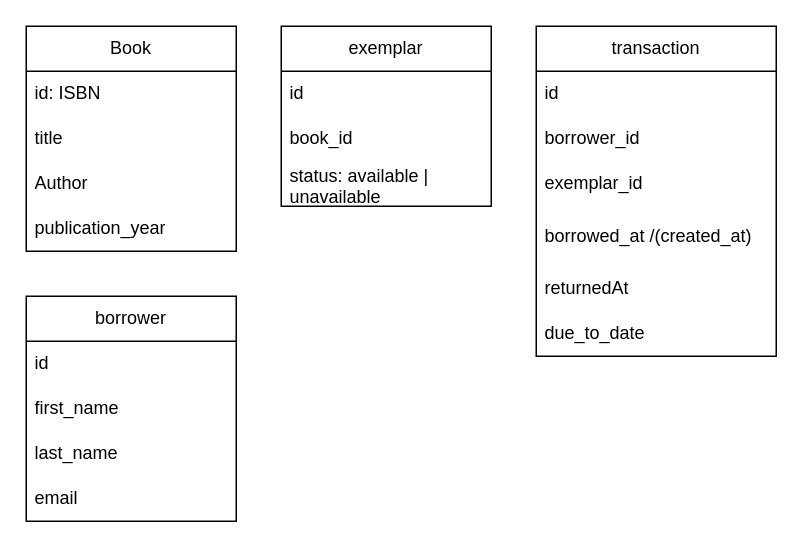
suprugafad/library-management-system keeps this draw.io diagram as models.drawio. Above is the earlier version. Source tidied: cells renumbered, new cells numbered last; positions are measured from the earlier drawing's top-left corner, leaving out a move shared by most shapes. Both pictures are drawn from the tidied source at 150%, with x=0, y=0 at pixel (26, 26).
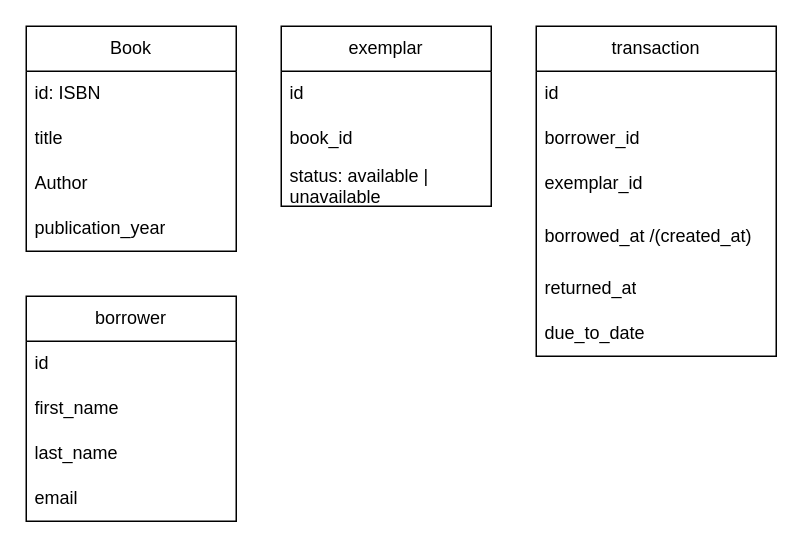
The same diagram, later.

The change refers to these unchanged cells:
```xml
<mxCell id="16" value="transaction" style="swimlane;fontStyle=0;horizontal=1;startSize=30;whiteSpace=wrap;html=1;" parent="1" vertex="1">
  <mxGeometry x="340" width="160" height="220" as="geometry" />
</mxCell>
```

Change to the diagram source:
```diff
@@
-    <mxCell id="21" value="returnedAt" style="text;strokeColor=none;fillColor=none;align=left;verticalAlign=middle;spacingLeft=4;spacingRight=4;overflow=hidden;whiteSpace=wrap;html=1;" parent="16" vertex="1">
+    <mxCell id="21" value="returned_at" style="text;strokeColor=none;fillColor=none;align=left;verticalAlign=middle;spacingLeft=4;spacingRight=4;overflow=hidden;whiteSpace=wrap;html=1;" parent="16" vertex="1">
       <mxGeometry y="160" width="160" height="30" as="geometry" />
     </mxCell>
```
